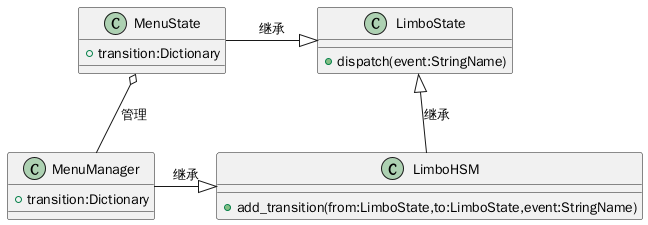
The PlantUML diagram 程序架构/menu_manager_struct.png in minkieyume/nightcat-srpg, before a commit.
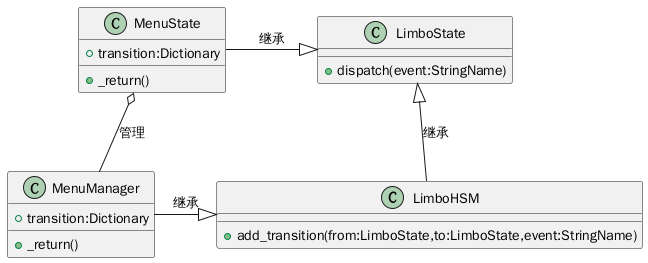
After the change.

Change to the diagram source:
```diff
@@ -7,9 +7,11 @@
 }
 class MenuManager{
 + transition:Dictionary
++ _return()
 }
 class MenuState{
 + transition:Dictionary
++ _return()
 }
 LimboHSM -up-|> LimboState : 继承
 MenuManager -right-|> LimboHSM : 继承
```
